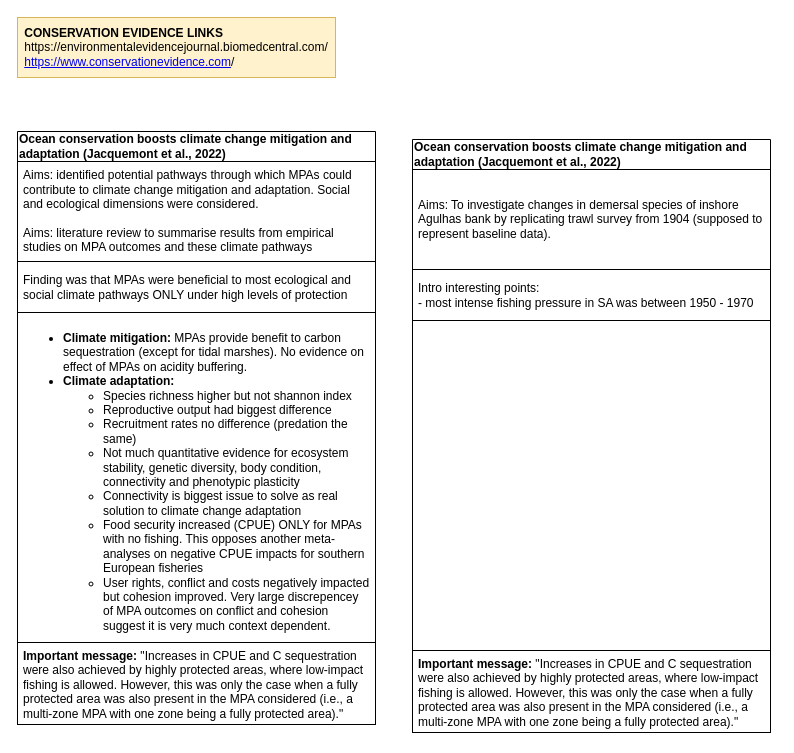
Above: litteraturereview.drawio in ninzyfb/ninzyfb (draw.io), before the change. Source tidied: cells renumbered, new cells numbered last; positions are measured from the earlier drawing's top-left corner, leaving out a move shared by most shapes. Both pictures are drawn from the tidied source at 100%, with x=0, y=0 at pixel (17, 17).
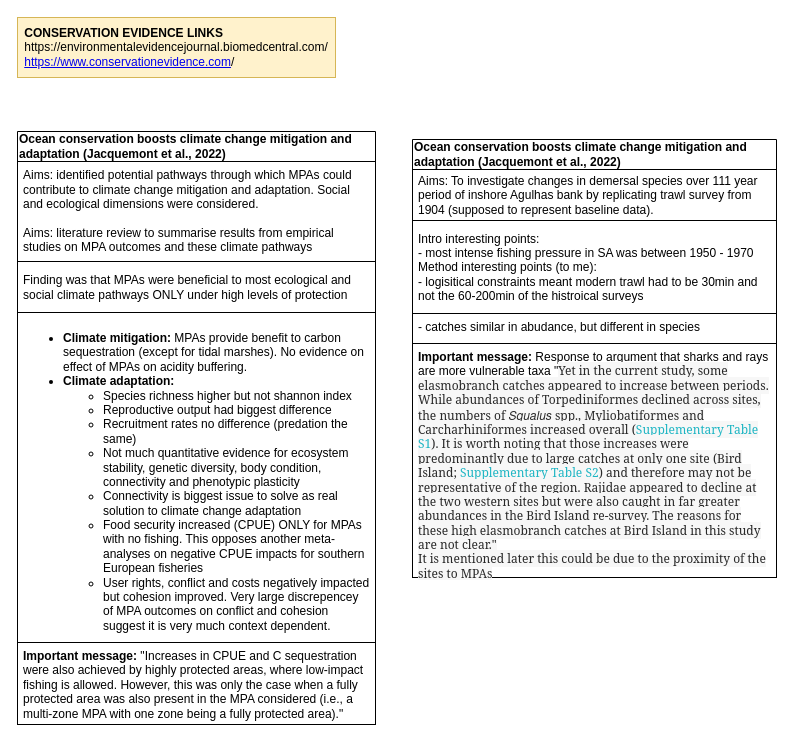
After the change.

Change to the diagram source:
```diff
@@
 <mxGraphModel>
   <root>
     <mxCell id="0" />
     <mxCell id="1" parent="0" />
     <mxCell id="2" value="&lt;b&gt;Ocean conservation boosts climate change mitigation and adaptation (Jacquemont et al., 2022)&lt;/b&gt;" style="swimlane;fontStyle=0;horizontal=1;startSize=30;whiteSpace=wrap;html=1;align=left;" parent="1" vertex="1">
       <mxGeometry y="114" width="358" height="593" as="geometry" />
     </mxCell>
     <mxCell id="3" value="Aims: identified potential pathways through which MPAs could contribute to climate change mitigation and adaptation. Social and ecological dimensions were considered.&lt;br&gt;&lt;br&gt;Aims: literature review to summarise results from empirical studies on MPA outcomes and these climate pathways" style="text;strokeColor=default;fillColor=none;align=left;verticalAlign=middle;spacingLeft=4;spacingRight=4;overflow=hidden;whiteSpace=wrap;html=1;shadow=0;" parent="2" vertex="1">
       <mxGeometry y="30" width="358" height="100" as="geometry" />
     </mxCell>
     <mxCell id="4" value="Finding was that MPAs were beneficial to most ecological and social climate pathways ONLY under high levels of protection" style="text;strokeColor=default;fillColor=none;align=left;verticalAlign=middle;spacingLeft=4;spacingRight=4;overflow=hidden;whiteSpace=wrap;html=1;" parent="2" vertex="1">
       <mxGeometry y="130" width="358" height="51" as="geometry" />
     </mxCell>
     <mxCell id="5" value="&lt;ul&gt;&lt;li&gt;&lt;b&gt;Climate mitigation: &lt;/b&gt;MPAs provide benefit to carbon sequestration (except for tidal marshes). No evidence on effect of MPAs on acidity buffering.&lt;/li&gt;&lt;li&gt;&lt;b&gt;Climate adaptation:&amp;nbsp;&lt;/b&gt;&lt;/li&gt;&lt;ul&gt;&lt;li&gt;Species richness higher but not shannon index&lt;/li&gt;&lt;li&gt;Reproductive output had biggest difference&lt;/li&gt;&lt;li&gt;Recruitment rates no difference (predation the same)&lt;/li&gt;&lt;li&gt;Not much quantitative evidence for ecosystem stability, genetic diversity, body condition, connectivity and phenotypic plasticity&lt;/li&gt;&lt;li&gt;Connectivity is biggest issue to solve as real solution to climate change adaptation&lt;/li&gt;&lt;li&gt;Food security increased (CPUE) ONLY for MPAs with no fishing. This opposes another meta-analyses on negative CPUE impacts for southern European fisheries&lt;/li&gt;&lt;li&gt;User rights, conflict and costs negatively impacted but cohesion improved. Very large discrepencey of MPA outcomes on conflict and cohesion suggest it is very much context dependent.&lt;/li&gt;&lt;/ul&gt;&lt;/ul&gt;" style="text;strokeColor=none;fillColor=none;align=left;verticalAlign=top;spacingLeft=4;spacingRight=4;overflow=hidden;whiteSpace=wrap;html=1;labelPosition=center;verticalLabelPosition=middle;" parent="2" vertex="1">
       <mxGeometry y="181" width="358" height="330" as="geometry" />
     </mxCell>
     <mxCell id="6" value="&lt;b&gt;Important message:&lt;/b&gt; &quot;Increases in CPUE and C sequestration were also achieved by highly protected areas, where low-impact fishing is allowed. However, this was only the case when a fully protected area was also present in the MPA considered (i.e., a multi-zone MPA with one zone being a fully protected area).&quot;" style="text;strokeColor=default;fillColor=none;align=left;verticalAlign=top;spacingLeft=4;spacingRight=4;overflow=hidden;whiteSpace=wrap;html=1;labelPosition=center;verticalLabelPosition=middle;" parent="2" vertex="1">
       <mxGeometry y="511" width="358" height="82" as="geometry" />
     </mxCell>
     <mxCell id="7" value="&lt;div style=&quot;text-align: left;&quot;&gt;&lt;b style=&quot;background-color: initial;&quot;&gt;CONSERVATION EVIDENCE LINKS&lt;/b&gt;&lt;/div&gt;&lt;div style=&quot;text-align: left;&quot;&gt;&lt;span style=&quot;background-color: initial;&quot;&gt;https://environmentalevidencejournal.biomedcentral.com/&lt;/span&gt;&lt;/div&gt;&lt;div style=&quot;text-align: left;&quot;&gt;&lt;a style=&quot;background-color: initial; font-family: Calibri; text-size-adjust: auto;&quot; title=&quot;https://www.conservationevidence.com/&quot; target=&quot;_blank&quot; href=&quot;https://www.conservationevidence.com/&quot;&gt;https://www.conservationevidence.com&lt;/a&gt;/&lt;/div&gt;" style="rounded=0;whiteSpace=wrap;html=1;fillColor=#fff2cc;strokeColor=#d6b656;" parent="1" vertex="1">
       <mxGeometry width="318" height="60" as="geometry" />
     </mxCell>
     <mxCell id="8" value="&lt;b&gt;Ocean conservation boosts climate change mitigation and adaptation (Jacquemont et al., 2022)&lt;/b&gt;" style="swimlane;fontStyle=0;horizontal=1;startSize=30;whiteSpace=wrap;html=1;align=left;" parent="1" vertex="1">
-      <mxGeometry x="395" y="122" width="358" height="593" as="geometry" />
+      <mxGeometry x="395" y="122" width="364" height="438" as="geometry" />
     </mxCell>
-    <mxCell id="9" value="Aims: To investigate changes in demersal species of inshore Agulhas bank by replicating trawl survey from 1904 (supposed to represent baseline data)." style="text;strokeColor=default;fillColor=none;align=left;verticalAlign=middle;spacingLeft=4;spacingRight=4;overflow=hidden;whiteSpace=wrap;html=1;shadow=0;" parent="8" vertex="1">
-      <mxGeometry y="30" width="358" height="100" as="geometry" />
+    <mxCell id="9" value="Aims: To investigate changes in demersal species over 111 year period of inshore Agulhas bank by replicating trawl survey from 1904 (supposed to represent baseline data)." style="text;strokeColor=default;fillColor=none;align=left;verticalAlign=middle;spacingLeft=4;spacingRight=4;overflow=hidden;whiteSpace=wrap;html=1;shadow=0;" parent="8" vertex="1">
+      <mxGeometry y="30" width="364" height="51" as="geometry" />
     </mxCell>
-    <mxCell id="10" value="Intro interesting points:&lt;br&gt;- most intense fishing pressure in SA was between 1950 - 1970" style="text;strokeColor=default;fillColor=none;align=left;verticalAlign=middle;spacingLeft=4;spacingRight=4;overflow=hidden;whiteSpace=wrap;html=1;" parent="8" vertex="1">
-      <mxGeometry y="130" width="358" height="51" as="geometry" />
+    <mxCell id="10" value="Intro interesting points:&lt;br&gt;- most intense fishing pressure in SA was between 1950 - 1970&lt;br&gt;Method interesting points (to me):&lt;br&gt;- logisitical constraints meant modern trawl had to be 30min and not the 60-200min of the histroical surveys&lt;br&gt;" style="text;strokeColor=default;fillColor=none;align=left;verticalAlign=middle;spacingLeft=4;spacingRight=4;overflow=hidden;whiteSpace=wrap;html=1;" parent="8" vertex="1">
+      <mxGeometry y="81" width="364" height="93" as="geometry" />
     </mxCell>
-    <mxCell id="11" value="&lt;div&gt;&lt;b&gt;&lt;br&gt;&lt;/b&gt;&lt;/div&gt;" style="text;strokeColor=none;fillColor=none;align=left;verticalAlign=top;spacingLeft=4;spacingRight=4;overflow=hidden;whiteSpace=wrap;html=1;labelPosition=center;verticalLabelPosition=middle;" parent="8" vertex="1">
-      <mxGeometry y="181" width="358" height="330" as="geometry" />
+    <mxCell id="11" value="&lt;div&gt;- catches similar in abudance, but different in species&lt;/div&gt;" style="text;strokeColor=none;fillColor=none;align=left;verticalAlign=top;spacingLeft=4;spacingRight=4;overflow=hidden;whiteSpace=wrap;html=1;labelPosition=center;verticalLabelPosition=middle;" parent="8" vertex="1">
+      <mxGeometry y="174" width="364" height="30" as="geometry" />
     </mxCell>
-    <mxCell id="12" value="&lt;b&gt;Important message:&lt;/b&gt; &quot;Increases in CPUE and C sequestration were also achieved by highly protected areas, where low-impact fishing is allowed. However, this was only the case when a fully protected area was also present in the MPA considered (i.e., a multi-zone MPA with one zone being a fully protected area).&quot;" style="text;strokeColor=default;fillColor=none;align=left;verticalAlign=top;spacingLeft=4;spacingRight=4;overflow=hidden;whiteSpace=wrap;html=1;labelPosition=center;verticalLabelPosition=middle;" parent="8" vertex="1">
-      <mxGeometry y="511" width="358" height="82" as="geometry" />
+    <mxCell id="12" value="&lt;font style=&quot;font-size: 12px;&quot;&gt;&lt;b&gt;Important message:&lt;/b&gt;&amp;nbsp;Response to argument that sharks and rays are more vulnerable taxa &quot;&lt;span style=&quot;color: rgb(40, 40, 40); font-family: MuseoSans, Georgia, &amp;quot;Times New Roman&amp;quot;, Times, serif; background-color: rgb(247, 247, 247);&quot;&gt;Yet in the current study, some elasmobranch catches appeared to increase between periods. While abundances of Torpediniformes declined across sites, the numbers of&amp;nbsp;&lt;/span&gt;&lt;i style=&quot;box-sizing: border-box; font-family: MuseoSans, HelveticaNeue, Helvetica, sans-serif; color: rgb(40, 40, 40); background-color: rgb(247, 247, 247); outline: 0px !important;&quot;&gt;Squalus&lt;/i&gt;&lt;span style=&quot;color: rgb(40, 40, 40); font-family: MuseoSans, Georgia, &amp;quot;Times New Roman&amp;quot;, Times, serif; background-color: rgb(247, 247, 247);&quot;&gt;&amp;nbsp;spp., Myliobatiformes and Carcharhiniformes increased overall (&lt;/span&gt;&lt;a style=&quot;box-sizing: border-box; background-color: rgb(247, 247, 247); text-decoration-line: none; outline: none; word-break: break-word; hyphens: auto; font-family: MuseoSans, Georgia, &amp;quot;Times New Roman&amp;quot;, Times, serif; color: rgb(29, 181, 195) !important;&quot; href=&quot;https://www.frontiersin.org/articles/10.3389/fmars.2020.00355/full#S11&quot;&gt;Supplementary Table S1&lt;/a&gt;&lt;span style=&quot;color: rgb(40, 40, 40); font-family: MuseoSans, Georgia, &amp;quot;Times New Roman&amp;quot;, Times, serif; background-color: rgb(247, 247, 247);&quot;&gt;). It is worth noting that those increases were predominantly due to large catches at only one site (Bird Island;&amp;nbsp;&lt;/span&gt;&lt;a style=&quot;box-sizing: border-box; background-color: rgb(247, 247, 247); text-decoration-line: none; outline: none; word-break: break-word; hyphens: auto; font-family: MuseoSans, Georgia, &amp;quot;Times New Roman&amp;quot;, Times, serif; color: rgb(29, 181, 195) !important;&quot; href=&quot;https://www.frontiersin.org/articles/10.3389/fmars.2020.00355/full#S11&quot;&gt;Supplementary Table S2&lt;/a&gt;&lt;span style=&quot;color: rgb(40, 40, 40); font-family: MuseoSans, Georgia, &amp;quot;Times New Roman&amp;quot;, Times, serif; background-color: rgb(247, 247, 247);&quot;&gt;) and therefore may not be representative of the region. Rajidae appeared to decline at the two western sites but were also caught in far greater abundances in the Bird Island re-survey. The reasons for these high elasmobranch catches at Bird Island in this study are not clear.&quot;&lt;br&gt;It is mentioned later this could be due to the proximity of the sites to MPAs&lt;br&gt;&lt;/span&gt;&lt;/font&gt;" style="text;strokeColor=default;fillColor=none;align=left;verticalAlign=top;spacingLeft=4;spacingRight=4;overflow=hidden;whiteSpace=wrap;html=1;labelPosition=center;verticalLabelPosition=middle;" parent="8" vertex="1">
+      <mxGeometry y="204" width="364" height="234" as="geometry" />
     </mxCell>
   </root>
 </mxGraphModel>
```
